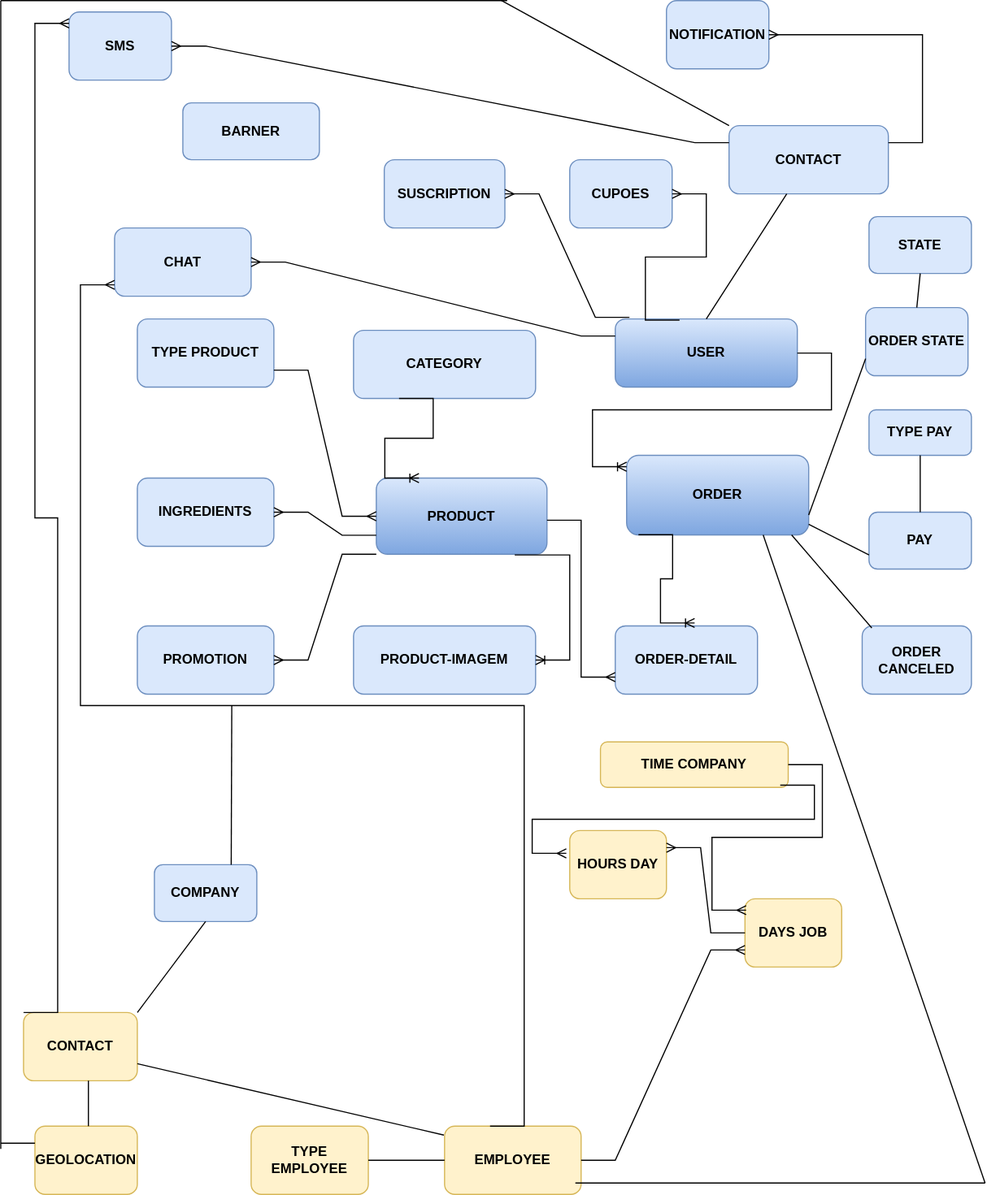
Above: Estructuras App/Delivery_Skeletor.drawio (2).svg in filda1/Script-Code (draw.io), before the change. Source tidied: cells renumbered, new cells last; positions are measured from the earlier drawing's top-left corner, leaving out a move shared by most shapes.
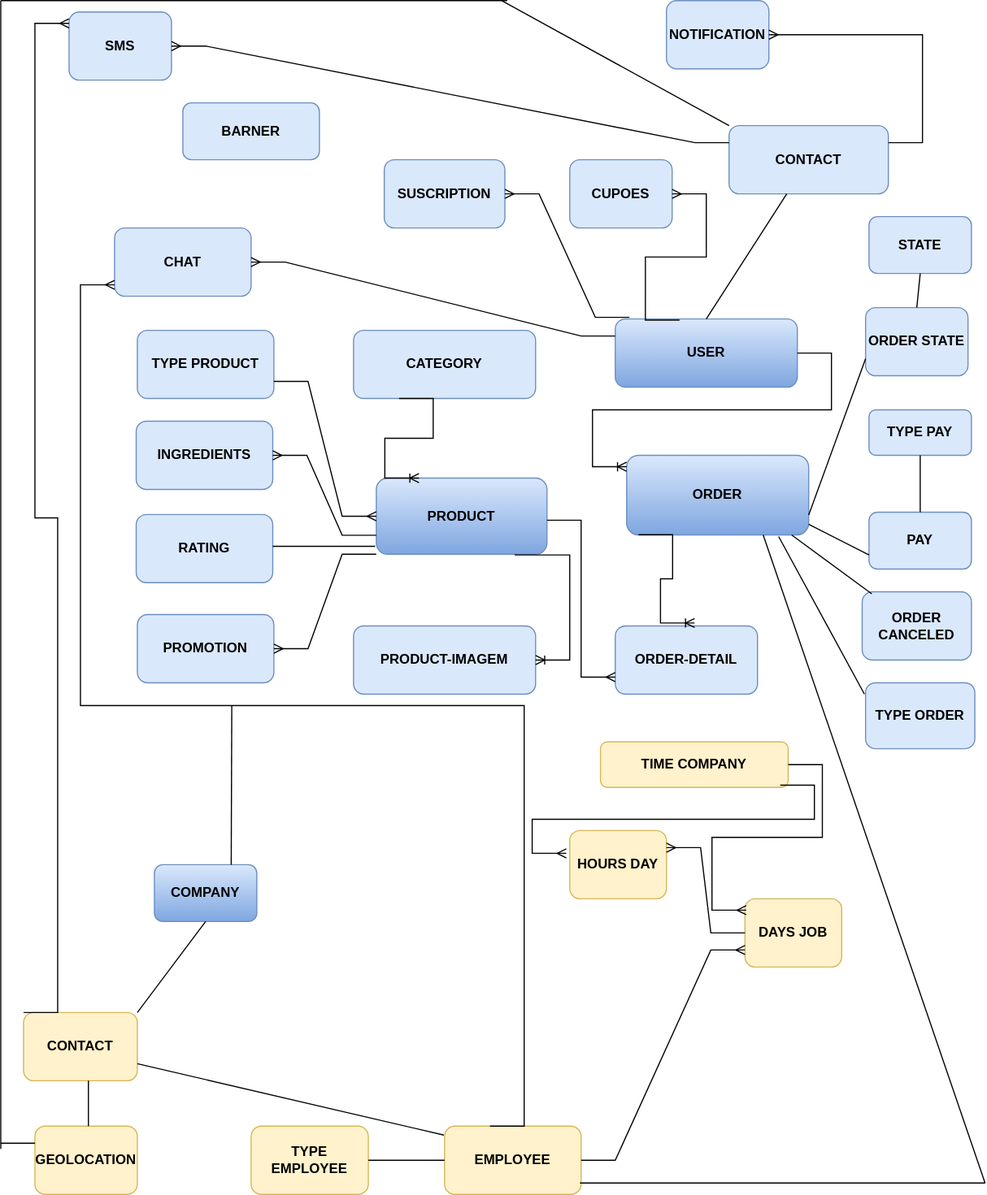
After the commit.

Diff of the diagram source:
```diff
@@ -46,10 +46,10 @@
       <mxGeometry relative="1" as="geometry" />
     </mxCell>
     <mxCell id="15" value="TYPE PRODUCT" style="rounded=1;whiteSpace=wrap;html=1;labelBackgroundColor=none;labelBorderColor=none;fillColor=#dae8fc;strokeColor=#6c8ebf;fontStyle=1;" parent="1" vertex="1">
-      <mxGeometry x="120" y="280" width="120" height="60" as="geometry" />
+      <mxGeometry x="120" y="290" width="120" height="60" as="geometry" />
     </mxCell>
     <mxCell id="16" value="&lt;b&gt;INGREDIENTS&lt;/b&gt;" style="rounded=1;whiteSpace=wrap;html=1;labelBackgroundColor=none;labelBorderColor=none;fillColor=#dae8fc;strokeColor=#6c8ebf;" parent="1" vertex="1">
-      <mxGeometry x="120" y="420" width="120" height="60" as="geometry" />
+      <mxGeometry x="119" y="370" width="120" height="60" as="geometry" />
     </mxCell>
     <mxCell id="17" style="edgeStyle=entityRelationEdgeStyle;fontSize=12;html=1;endArrow=ERmany;rounded=0;fontColor=#000000;exitX=1;exitY=0.75;exitDx=0;exitDy=0;entryX=0;entryY=0.5;entryDx=0;entryDy=0;" parent="1" edge="1" source="15" target="2">
       <mxGeometry relative="1" as="geometry" />
@@ -58,7 +58,7 @@
       <mxGeometry relative="1" as="geometry" />
     </mxCell>
     <mxCell id="19" value="&lt;b&gt;PROMOTION&lt;/b&gt;" style="rounded=1;whiteSpace=wrap;html=1;labelBackgroundColor=none;labelBorderColor=none;fillColor=#dae8fc;strokeColor=#6c8ebf;" parent="1" vertex="1">
-      <mxGeometry x="120" y="550" width="120" height="60" as="geometry" />
+      <mxGeometry x="120" y="540" width="120" height="60" as="geometry" />
     </mxCell>
     <mxCell id="20" style="edgeStyle=entityRelationEdgeStyle;fontSize=12;html=1;endArrow=ERmany;rounded=0;fontColor=#000000;exitX=0;exitY=1;exitDx=0;exitDy=0;" parent="1" edge="1" source="2" target="19">
       <mxGeometry relative="1" as="geometry" />
@@ -76,7 +76,7 @@
       <mxGeometry relative="1" as="geometry" />
     </mxCell>
     <mxCell id="25" value="ORDER CANCELED" style="rounded=1;whiteSpace=wrap;html=1;labelBackgroundColor=none;labelBorderColor=none;fillColor=#dae8fc;strokeColor=#6c8ebf;fontStyle=1;" parent="1" vertex="1">
-      <mxGeometry x="757" y="550" width="96" height="60" as="geometry" />
+      <mxGeometry x="757" y="520" width="96" height="60" as="geometry" />
     </mxCell>
     <mxCell id="26" style="endArrow=none;html=1;rounded=0;fontColor=#000000;entryX=0.088;entryY=0.03;entryDx=0;entryDy=0;entryPerimeter=0;" parent="1" edge="1" target="25">
       <mxGeometry relative="1" as="geometry">
@@ -168,7 +168,7 @@
         <mxPoint x="60" y="20" as="targetPoint" />
       </mxGeometry>
     </mxCell>
-    <mxCell id="53" value="COMPANY" style="rounded=1;whiteSpace=wrap;html=1;labelBackgroundColor=none;labelBorderColor=none;fillColor=#dae8fc;strokeColor=#6c8ebf;fontStyle=1;" parent="1" vertex="1">
+    <mxCell id="53" value="COMPANY" style="rounded=1;whiteSpace=wrap;html=1;labelBackgroundColor=none;labelBorderColor=none;fillColor=#dae8fc;strokeColor=#6c8ebf;fontStyle=1;gradientColor=#7ea6e0;" parent="1" vertex="1">
       <mxGeometry x="135" y="760" width="90" height="50" as="geometry" />
     </mxCell>
     <mxCell id="54" style="endArrow=none;html=1;rounded=0;fontColor=#000000;exitX=0.75;exitY=0;exitDx=0;exitDy=0;" parent="1" edge="1" source="53">
@@ -216,8 +216,9 @@
         <mxPoint x="865" y="1040" as="sourcePoint" />
       </mxGeometry>
     </mxCell>
-    <mxCell id="63" style="endArrow=none;html=1;rounded=0;exitX=0.958;exitY=0.833;exitDx=0;exitDy=0;exitPerimeter=0;" parent="1" edge="1" source="41">
+    <mxCell id="63" style="endArrow=none;html=1;rounded=0;" parent="1" edge="1">
       <mxGeometry relative="1" as="geometry">
+        <mxPoint x="509" y="1040" as="sourcePoint" />
         <mxPoint x="865" y="1040" as="targetPoint" />
       </mxGeometry>
     </mxCell>
@@ -235,5 +236,22 @@
         <mxPoint x="497" y="750" as="targetPoint" />
       </mxGeometry>
     </mxCell>
+    <mxCell id="67" value="&lt;b&gt;RATING&lt;/b&gt;" style="rounded=1;whiteSpace=wrap;html=1;fillColor=#dae8fc;strokeColor=#6c8ebf;" parent="1" vertex="1">
+      <mxGeometry x="119" y="452" width="120" height="60" as="geometry" />
+    </mxCell>
+    <mxCell id="68" style="endArrow=none;html=1;rounded=0;" parent="1" edge="1">
+      <mxGeometry relative="1" as="geometry">
+        <mxPoint x="239" y="480" as="sourcePoint" />
+        <mxPoint x="329" y="480" as="targetPoint" />
+      </mxGeometry>
+    </mxCell>
+    <mxCell id="69" value="TYPE ORDER" style="rounded=1;whiteSpace=wrap;html=1;fillColor=#dae8fc;strokeColor=#6c8ebf;fontStyle=1;" parent="1" vertex="1">
+      <mxGeometry x="760" y="600" width="96" height="58" as="geometry" />
+    </mxCell>
+    <mxCell id="70" style="endArrow=none;html=1;rounded=0;entryX=0.835;entryY=1.02;entryDx=0;entryDy=0;entryPerimeter=0;" parent="1" edge="1" target="6">
+      <mxGeometry relative="1" as="geometry">
+        <mxPoint x="759" y="610" as="sourcePoint" />
+      </mxGeometry>
+    </mxCell>
   </root>
 </mxGraphModel>
```
